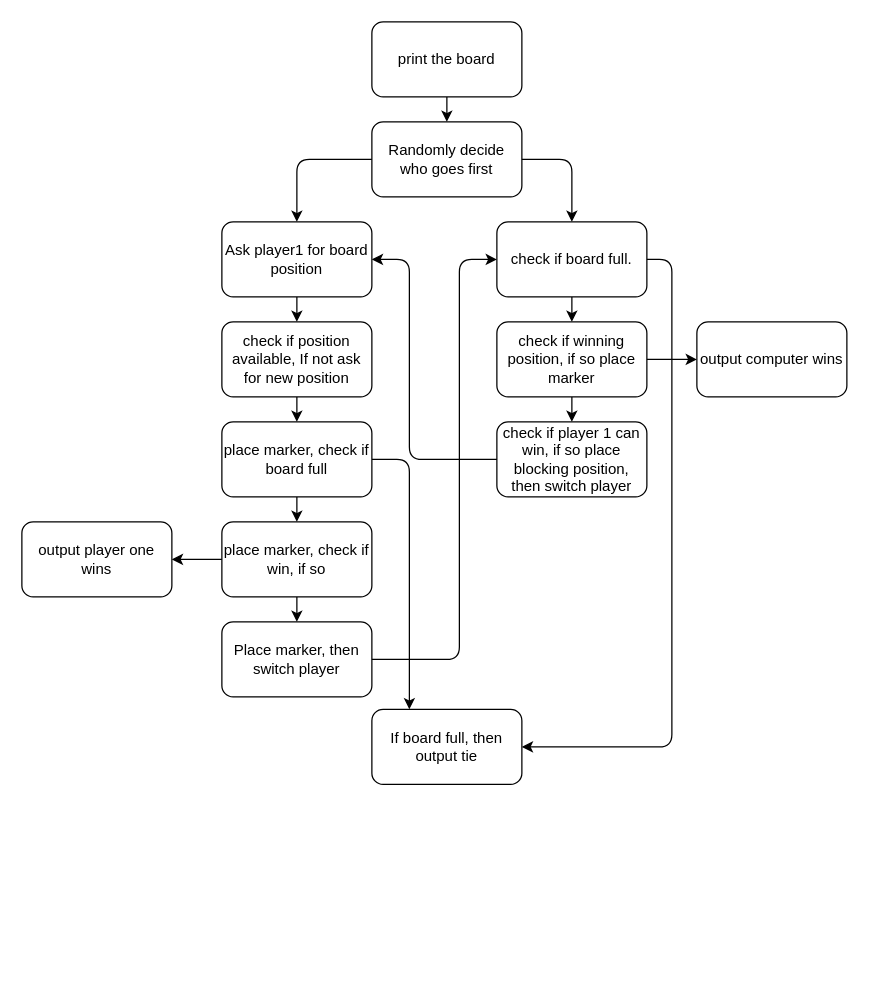
gbrough/tic_tac_toe keeps this draw.io diagram as TicTacToe.drawio. Above is the earlier version. Source tidied: cells renumbered, new cells numbered last; positions are measured from the earlier drawing's top-left corner, leaving out a move shared by most shapes. Both pictures are drawn from the tidied source at 125%, with x=0, y=0 at pixel (21, 21).
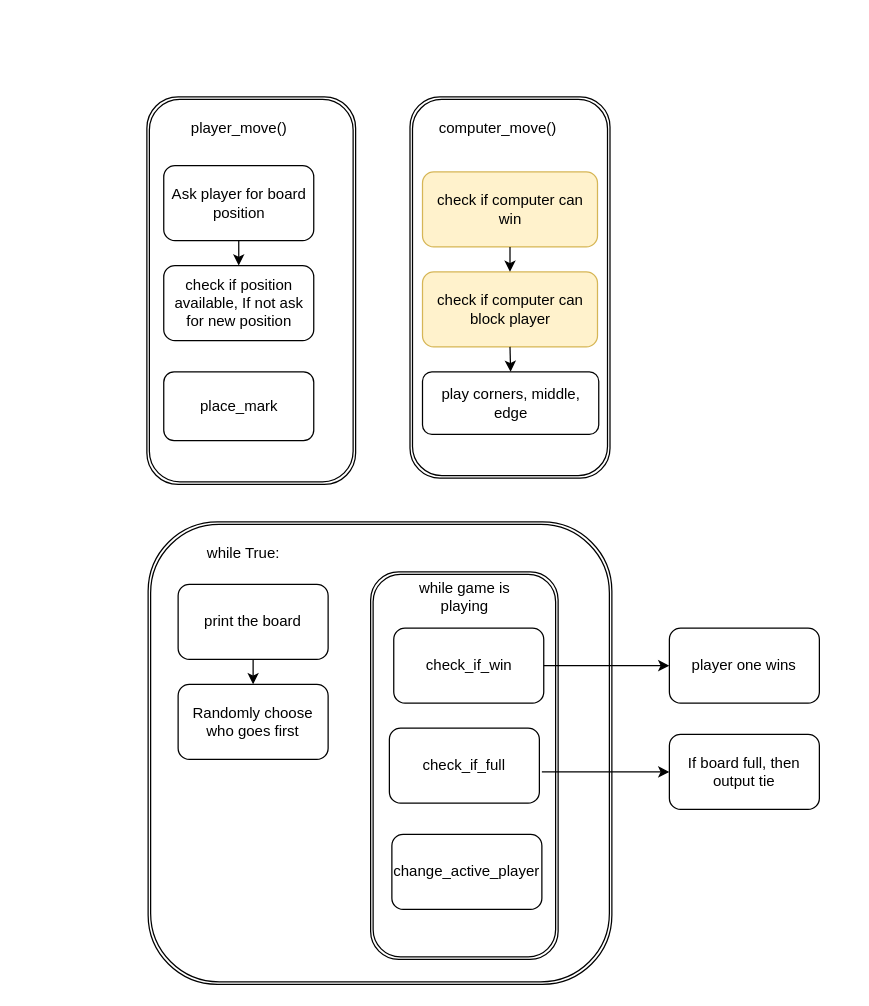
The same page after the edit.

Diff of the diagram source:
```diff
@@
+    <mxCell id="30" style="shape=ext;double=1;rounded=1;whiteSpace=wrap;html=1;" parent="1" vertex="1">
+      <mxGeometry x="101" y="400" width="371" height="370" as="geometry" />
+    </mxCell>
+    <mxCell id="31" style="shape=ext;double=1;rounded=1;whiteSpace=wrap;html=1;" parent="1" vertex="1">
+      <mxGeometry x="279" y="440" width="150" height="310" as="geometry" />
+    </mxCell>
+    <mxCell id="32" style="shape=ext;double=1;rounded=1;whiteSpace=wrap;html=1;" parent="1" vertex="1">
+      <mxGeometry x="100" y="60" width="167" height="310" as="geometry" />
+    </mxCell>
+    <mxCell id="33" style="shape=ext;double=1;rounded=1;whiteSpace=wrap;html=1;" parent="1" vertex="1">
+      <mxGeometry x="310.5" y="60" width="160" height="305" as="geometry" />
+    </mxCell>
-    <mxCell id="2" value="Randomly decide who goes first" style="rounded=1;whiteSpace=wrap;html=1;" parent="1" vertex="1">
-      <mxGeometry x="280" y="80" width="120" height="60" as="geometry" />
+    <mxCell id="2" value="Randomly choose who goes first" style="rounded=1;whiteSpace=wrap;html=1;" parent="1" vertex="1">
+      <mxGeometry x="125" y="530" width="120" height="60" as="geometry" />
     </mxCell>
     <mxCell id="3" value="print the board" style="rounded=1;whiteSpace=wrap;html=1;" parent="1" vertex="1">
-      <mxGeometry x="280" width="120" height="60" as="geometry" />
+      <mxGeometry x="125" y="450" width="120" height="60" as="geometry" />
     </mxCell>
-    <mxCell id="4" value="Ask player1 for board position" style="rounded=1;whiteSpace=wrap;html=1;" parent="1" vertex="1">
-      <mxGeometry x="160" y="160" width="120" height="60" as="geometry" />
+    <mxCell id="4" value="Ask player for board position" style="rounded=1;whiteSpace=wrap;html=1;" parent="1" vertex="1">
+      <mxGeometry x="113.5" y="115" width="120" height="60" as="geometry" />
     </mxCell>
-    <mxCell id="5" value="check if winning position, if so place marker" style="rounded=1;whiteSpace=wrap;html=1;" parent="1" vertex="1">
-      <mxGeometry x="380" y="240" width="120" height="60" as="geometry" />
+    <mxCell id="5" value="check if computer can win" style="rounded=1;whiteSpace=wrap;html=1;fillColor=#fff2cc;strokeColor=#d6b656;" parent="1" vertex="1">
+      <mxGeometry x="320.5" y="120" width="140" height="60" as="geometry" />
     </mxCell>
-    <mxCell id="6" value="check if player 1 can win, if so place blocking position, then switch player" style="rounded=1;whiteSpace=wrap;html=1;" parent="1" vertex="1">
-      <mxGeometry x="380" y="320" width="120" height="60" as="geometry" />
+    <mxCell id="6" value="check if computer can block player" style="rounded=1;whiteSpace=wrap;html=1;fillColor=#fff2cc;strokeColor=#d6b656;" parent="1" vertex="1">
+      <mxGeometry x="320.5" y="200" width="140" height="60" as="geometry" />
     </mxCell>
     <mxCell id="7" value="check if position available, If not ask for new position" style="rounded=1;whiteSpace=wrap;html=1;" parent="1" vertex="1">
-      <mxGeometry x="160" y="240" width="120" height="60" as="geometry" />
+      <mxGeometry x="113.5" y="195" width="120" height="60" as="geometry" />
     </mxCell>
-    <mxCell id="8" value="place marker, check if win, if so" style="rounded=1;whiteSpace=wrap;html=1;" parent="1" vertex="1">
-      <mxGeometry x="160" y="400" width="120" height="60" as="geometry" />
+    <mxCell id="8" value="check_if_full" style="rounded=1;whiteSpace=wrap;html=1;" parent="1" vertex="1">
+      <mxGeometry x="294" y="565" width="120" height="60" as="geometry" />
     </mxCell>
     <mxCell id="9" value="If board full, then output tie" style="rounded=1;whiteSpace=wrap;html=1;" parent="1" vertex="1">
-      <mxGeometry x="280" y="550" width="120" height="60" as="geometry" />
+      <mxGeometry x="518" y="570" width="120" height="60" as="geometry" />
     </mxCell>
-    <mxCell id="10" value="check if board full." style="rounded=1;whiteSpace=wrap;html=1;" parent="1" vertex="1">
-      <mxGeometry x="380" y="160" width="120" height="60" as="geometry" />
-    </mxCell>
-    <mxCell id="11" style="edgeStyle=elbowEdgeStyle;elbow=vertical;endArrow=classic;html=1;entryX=1;entryY=0.5;entryDx=0;entryDy=0;exitX=1;exitY=0.5;exitDx=0;exitDy=0;" parent="1" edge="1" source="10" target="9">
-      <mxGeometry relative="1" as="geometry">
-        <Array as="points">
-          <mxPoint x="520" y="340" />
-          <mxPoint x="530" y="580" />
-          <mxPoint x="360" y="190" />
-        </Array>
-      </mxGeometry>
-    </mxCell>
-    <mxCell id="12" style="edgeStyle=elbowEdgeStyle;elbow=vertical;endArrow=classic;html=1;exitX=1;exitY=0.5;exitDx=0;exitDy=0;" parent="1" edge="1" source="13" target="9">
-      <mxGeometry relative="1" as="geometry">
-        <Array as="points">
-          <mxPoint x="310" y="350" />
-        </Array>
-      </mxGeometry>
-    </mxCell>
-    <mxCell id="13" value="place marker, check if board full" style="rounded=1;whiteSpace=wrap;html=1;" parent="1" vertex="1">
-      <mxGeometry x="160" y="320" width="120" height="60" as="geometry" />
+    <mxCell id="13" value="check_if_win" style="rounded=1;whiteSpace=wrap;html=1;" parent="1" vertex="1">
+      <mxGeometry x="297.5" y="485" width="120" height="60" as="geometry" />
     </mxCell>
-    <mxCell id="14" value="Place marker, then switch player" style="rounded=1;whiteSpace=wrap;html=1;" parent="1" vertex="1">
-      <mxGeometry x="160" y="480" width="120" height="60" as="geometry" />
+    <mxCell id="14" value="change_active_player" style="rounded=1;whiteSpace=wrap;html=1;" parent="1" vertex="1">
+      <mxGeometry x="296" y="650" width="120" height="60" as="geometry" />
     </mxCell>
-    <mxCell id="15" value="output computer wins" style="rounded=1;whiteSpace=wrap;html=1;" parent="1" vertex="1">
-      <mxGeometry x="540" y="240" width="120" height="60" as="geometry" />
-    </mxCell>
-    <mxCell id="16" value="output player one wins" style="rounded=1;whiteSpace=wrap;html=1;" parent="1" vertex="1">
-      <mxGeometry y="400" width="120" height="60" as="geometry" />
+    <mxCell id="16" value="player one wins" style="rounded=1;whiteSpace=wrap;html=1;" parent="1" vertex="1">
+      <mxGeometry x="518" y="485" width="120" height="60" as="geometry" />
     </mxCell>
-    <mxCell id="17" style="edgeStyle=segmentEdgeStyle;endArrow=classic;html=1;entryX=0.5;entryY=0;entryDx=0;entryDy=0;exitX=0;exitY=0.5;exitDx=0;exitDy=0;" parent="1" edge="1" source="2" target="4">
-      <mxGeometry relative="1" as="geometry" />
-    </mxCell>
-    <mxCell id="18" style="edgeStyle=segmentEdgeStyle;endArrow=classic;html=1;entryX=0.5;entryY=0;entryDx=0;entryDy=0;exitX=1;exitY=0.5;exitDx=0;exitDy=0;" parent="1" edge="1" source="2">
-      <mxGeometry relative="1" as="geometry">
-        <mxPoint x="440" y="160" as="targetPoint" />
-      </mxGeometry>
-    </mxCell>
-    <mxCell id="19" style="endArrow=classic;html=1;exitX=1;exitY=0.5;exitDx=0;exitDy=0;entryX=0;entryY=0.5;entryDx=0;entryDy=0;" parent="1" edge="1" source="5" target="15">
-      <mxGeometry relative="1" as="geometry" />
-    </mxCell>
-    <mxCell id="20" style="endArrow=classic;html=1;exitX=0;exitY=0.5;exitDx=0;exitDy=0;entryX=1;entryY=0.5;entryDx=0;entryDy=0;" parent="1" edge="1" source="8" target="16">
+    <mxCell id="20" style="endArrow=classic;html=1;startArrow=none;entryX=0;entryY=0.5;entryDx=0;entryDy=0;" parent="1" edge="1" source="13" target="16">
       <mxGeometry relative="1" as="geometry" />
     </mxCell>
-    <mxCell id="21" style="edgeStyle=elbowEdgeStyle;elbow=horizontal;endArrow=classic;html=1;entryX=1;entryY=0.5;entryDx=0;entryDy=0;exitX=0;exitY=0.5;exitDx=0;exitDy=0;" parent="1" edge="1" source="6" target="4">
-      <mxGeometry relative="1" as="geometry">
-        <Array as="points">
-          <mxPoint x="310" y="250" />
-          <mxPoint x="330" y="280" />
-        </Array>
-      </mxGeometry>
-    </mxCell>
-    <mxCell id="22" style="edgeStyle=elbowEdgeStyle;elbow=horizontal;endArrow=classic;html=1;exitX=1;exitY=0.5;exitDx=0;exitDy=0;entryX=0;entryY=0.5;entryDx=0;entryDy=0;" parent="1" edge="1" source="14" target="10">
-      <mxGeometry relative="1" as="geometry">
-        <Array as="points">
-          <mxPoint x="350" y="260" />
-          <mxPoint x="350" y="330" />
-          <mxPoint x="330" y="380" />
-          <mxPoint x="340" y="350" />
-        </Array>
-      </mxGeometry>
-    </mxCell>
@@
-    <mxCell id="25" style="endArrow=classic;html=1;entryX=0.5;entryY=0;entryDx=0;entryDy=0;" parent="1" edge="1" target="13">
-      <mxGeometry relative="1" as="geometry">
-        <mxPoint x="220" y="300" as="sourcePoint" />
-      </mxGeometry>
-    </mxCell>
-    <mxCell id="26" style="endArrow=classic;html=1;entryX=0.5;entryY=0;entryDx=0;entryDy=0;exitX=0.5;exitY=1;exitDx=0;exitDy=0;" parent="1" edge="1" source="13" target="8">
-      <mxGeometry relative="1" as="geometry" />
-    </mxCell>
-    <mxCell id="27" style="endArrow=classic;html=1;entryX=0.5;entryY=0;entryDx=0;entryDy=0;" parent="1" edge="1" target="14">
-      <mxGeometry relative="1" as="geometry">
-        <mxPoint x="220" y="460" as="sourcePoint" />
-      </mxGeometry>
-    </mxCell>
-    <mxCell id="28" style="endArrow=classic;html=1;entryX=0.5;entryY=0;entryDx=0;entryDy=0;exitX=0.5;exitY=1;exitDx=0;exitDy=0;" parent="1" edge="1" source="10" target="5">
-      <mxGeometry relative="1" as="geometry" />
-    </mxCell>
@@
+    <mxCell id="34" value="player_move()" style="text;html=1;strokeColor=none;fillColor=none;align=center;verticalAlign=middle;whiteSpace=wrap;rounded=0;" parent="1" vertex="1">
+      <mxGeometry x="143.5" y="75" width="60" height="20" as="geometry" />
+    </mxCell>
+    <mxCell id="35" style="endArrow=classic;html=1;startArrow=none;entryX=0;entryY=0.5;entryDx=0;entryDy=0;" parent="1" edge="1" target="9">
+      <mxGeometry relative="1" as="geometry">
+        <mxPoint x="416" y="600" as="sourcePoint" />
+      </mxGeometry>
+    </mxCell>
+    <mxCell id="36" value="computer_move()" style="text;html=1;strokeColor=none;fillColor=none;align=center;verticalAlign=middle;whiteSpace=wrap;rounded=0;" parent="1" vertex="1">
+      <mxGeometry x="350.5" y="70" width="60" height="30" as="geometry" />
+    </mxCell>
+    <mxCell id="37" value="while game is playing" style="text;html=1;strokeColor=none;fillColor=none;align=center;verticalAlign=middle;whiteSpace=wrap;rounded=0;" parent="1" vertex="1">
+      <mxGeometry x="297.5" y="450" width="113" height="20" as="geometry" />
+    </mxCell>
+    <mxCell id="38" value="place_mark" style="rounded=1;whiteSpace=wrap;html=1;" parent="1" vertex="1">
+      <mxGeometry x="113.5" y="280" width="120" height="55" as="geometry" />
+    </mxCell>
+    <mxCell id="39" value="while True:" style="text;html=1;strokeColor=none;fillColor=none;align=center;verticalAlign=middle;whiteSpace=wrap;rounded=0;" parent="1" vertex="1">
+      <mxGeometry x="140" y="415" width="75" height="20" as="geometry" />
+    </mxCell>
+    <mxCell id="40" value="play corners, middle, edge" style="rounded=1;whiteSpace=wrap;html=1;" parent="1" vertex="1">
+      <mxGeometry x="320.5" y="280" width="141" height="50" as="geometry" />
+    </mxCell>
+    <mxCell id="41" style="endArrow=classic;html=1;exitX=0.5;exitY=1;exitDx=0;exitDy=0;entryX=0.5;entryY=0;entryDx=0;entryDy=0;" parent="1" edge="1" source="6" target="40">
+      <mxGeometry relative="1" as="geometry" />
+    </mxCell>
```
